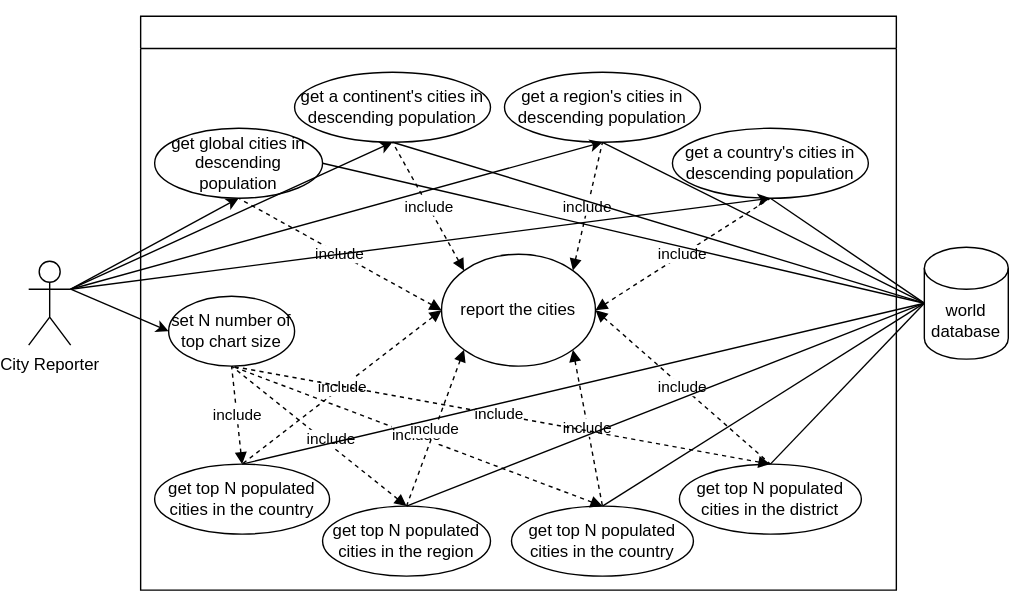
Earlier version of the draw.io export use-cases/CityReporterUseCase.svg (naingkhanthtet/devopteam4). Source tidied: cells renumbered, new cells last; positions are measured from the earlier drawing's top-left corner, leaving out a move shared by most shapes. Source of this version:
```xml
<mxGraphModel>
  <root>
    <mxCell id="0" />
    <mxCell id="1" parent="0" />
    <mxCell id="2" value="City Reporter" style="shape=umlActor;verticalLabelPosition=bottom;verticalAlign=top;html=1;outlineConnect=0;" parent="1" vertex="1">
      <mxGeometry y="175" width="30" height="60" as="geometry" />
    </mxCell>
    <mxCell id="3" value="&lt;h3 style=&quot;color: rgb(255, 255, 255); font-style: normal; font-variant-ligatures: normal; font-variant-caps: normal; font-weight: 400; letter-spacing: normal; orphans: 2; text-align: start; text-indent: 0px; text-transform: none; widows: 2; word-spacing: 0px; -webkit-text-stroke-width: 0px; text-decoration-thickness: initial; text-decoration-style: initial; text-decoration-color: initial; overflow-wrap: break-word;&quot;&gt;&lt;font face=&quot;Helvetica&quot;&gt;City Reporting System&lt;/font&gt;&lt;/h3&gt;" style="swimlane;whiteSpace=wrap;html=1;" parent="1" vertex="1">
      <mxGeometry x="80" width="540" height="410" as="geometry" />
    </mxCell>
    <mxCell id="4" value="get global cities in descending population" style="ellipse;whiteSpace=wrap;html=1;" parent="3" vertex="1">
      <mxGeometry x="10" y="80" width="120" height="50" as="geometry" />
    </mxCell>
    <mxCell id="5" value="get a continent's cities in descending population" style="ellipse;whiteSpace=wrap;html=1;" parent="3" vertex="1">
      <mxGeometry x="110" y="40" width="140" height="50" as="geometry" />
    </mxCell>
    <mxCell id="6" value="get top N populated cities in the country" style="ellipse;whiteSpace=wrap;html=1;" parent="3" vertex="1">
      <mxGeometry x="10" y="320" width="125" height="50" as="geometry" />
    </mxCell>
    <mxCell id="7" value="set N number of top chart size" style="ellipse;whiteSpace=wrap;html=1;" parent="3" vertex="1">
      <mxGeometry x="20" y="200" width="90" height="50" as="geometry" />
    </mxCell>
    <mxCell id="8" value="include" style="endArrow=none;dashed=1;html=1;rounded=0;fontFamily=Helvetica;entryX=0.5;entryY=1;entryDx=0;entryDy=0;endFill=0;startArrow=block;startFill=1;exitX=0.5;exitY=0;exitDx=0;exitDy=0;" parent="3" edge="1" source="6" target="7">
      <mxGeometry relative="1" as="geometry" />
    </mxCell>
    <mxCell id="9" value="get top N populated cities in the country" style="ellipse;whiteSpace=wrap;html=1;" parent="3" vertex="1">
      <mxGeometry x="265" y="350" width="130" height="50" as="geometry" />
    </mxCell>
    <mxCell id="10" style="endArrow=none;dashed=1;html=1;rounded=0;fontFamily=Helvetica;exitX=0.5;exitY=0;exitDx=0;exitDy=0;entryX=0.5;entryY=1;entryDx=0;entryDy=0;endFill=0;startArrow=block;startFill=1;" parent="3" edge="1" source="9" target="7">
      <mxGeometry relative="1" as="geometry" />
    </mxCell>
    <mxCell id="11" value="include" style="edgeLabel;html=1;align=center;verticalAlign=middle;fontFamily=Helvetica;" parent="10" vertex="1">
      <mxGeometry x="0.01" y="-1" relative="1" as="geometry" />
    </mxCell>
    <mxCell id="12" value="get top N populated cities in the region" style="ellipse;whiteSpace=wrap;html=1;" parent="3" vertex="1">
      <mxGeometry x="130" y="350" width="120" height="50" as="geometry" />
    </mxCell>
    <mxCell id="13" style="endArrow=none;dashed=1;html=1;rounded=0;fontFamily=Helvetica;entryX=0.5;entryY=1;entryDx=0;entryDy=0;endFill=0;startArrow=block;startFill=1;exitX=0.5;exitY=0;exitDx=0;exitDy=0;" parent="3" edge="1" source="12" target="7">
      <mxGeometry relative="1" as="geometry" />
    </mxCell>
    <mxCell id="14" value="include" style="edgeLabel;html=1;align=center;verticalAlign=middle;fontFamily=Helvetica;" parent="13" vertex="1">
      <mxGeometry x="-0.09" y="-4" relative="1" as="geometry" />
    </mxCell>
    <mxCell id="15" value="report the cities" style="ellipse;whiteSpace=wrap;html=1;" parent="3" vertex="1">
      <mxGeometry x="215" y="170" width="110" height="80" as="geometry" />
    </mxCell>
    <mxCell id="16" value="include" style="endArrow=none;dashed=1;html=1;rounded=0;fontFamily=Helvetica;entryX=0.5;entryY=1;entryDx=0;entryDy=0;endFill=0;startArrow=block;startFill=1;exitX=0;exitY=0;exitDx=0;exitDy=0;" parent="3" edge="1" source="15" target="5">
      <mxGeometry relative="1" as="geometry" />
    </mxCell>
    <mxCell id="17" value="include" style="endArrow=none;dashed=1;html=1;rounded=0;fontFamily=Helvetica;entryX=0.5;entryY=1;entryDx=0;entryDy=0;endFill=0;startArrow=block;startFill=1;exitX=0;exitY=0.5;exitDx=0;exitDy=0;" parent="3" edge="1" source="15" target="4">
      <mxGeometry relative="1" as="geometry" />
    </mxCell>
    <mxCell id="18" value="include" style="endArrow=none;dashed=1;html=1;rounded=0;fontFamily=Helvetica;entryX=0.5;entryY=0;entryDx=0;entryDy=0;endFill=0;startArrow=block;startFill=1;exitX=0;exitY=1;exitDx=0;exitDy=0;" parent="3" edge="1" source="15" target="12">
      <mxGeometry relative="1" as="geometry" />
    </mxCell>
    <mxCell id="19" value="include" style="endArrow=none;dashed=1;html=1;rounded=0;fontFamily=Helvetica;entryX=0.5;entryY=0;entryDx=0;entryDy=0;endFill=0;startArrow=block;startFill=1;exitX=0;exitY=0.5;exitDx=0;exitDy=0;" parent="3" edge="1" source="15" target="6">
      <mxGeometry relative="1" as="geometry" />
    </mxCell>
    <mxCell id="20" value="include" style="endArrow=none;dashed=1;html=1;rounded=0;fontFamily=Helvetica;entryX=0.5;entryY=0;entryDx=0;entryDy=0;endFill=0;startArrow=block;startFill=1;exitX=1;exitY=1;exitDx=0;exitDy=0;" parent="3" edge="1" source="15" target="9">
      <mxGeometry relative="1" as="geometry" />
    </mxCell>
    <mxCell id="21" value="get a region's cities in descending population" style="ellipse;whiteSpace=wrap;html=1;" parent="3" vertex="1">
      <mxGeometry x="260" y="40" width="140" height="50" as="geometry" />
    </mxCell>
    <mxCell id="22" value="include" style="endArrow=none;dashed=1;html=1;rounded=0;fontFamily=Helvetica;entryX=0.5;entryY=1;entryDx=0;entryDy=0;endFill=0;startArrow=block;startFill=1;exitX=1;exitY=0;exitDx=0;exitDy=0;" parent="3" edge="1" source="15" target="21">
      <mxGeometry relative="1" as="geometry" />
    </mxCell>
    <mxCell id="23" value="get a country's cities in descending population" style="ellipse;whiteSpace=wrap;html=1;" parent="3" vertex="1">
      <mxGeometry x="380" y="80" width="140" height="50" as="geometry" />
    </mxCell>
    <mxCell id="24" value="include" style="endArrow=none;dashed=1;html=1;rounded=0;fontFamily=Helvetica;entryX=0.5;entryY=1;entryDx=0;entryDy=0;endFill=0;startArrow=block;startFill=1;exitX=1;exitY=0.5;exitDx=0;exitDy=0;" parent="3" edge="1" source="15" target="23">
      <mxGeometry relative="1" as="geometry" />
    </mxCell>
    <mxCell id="25" value="get top N populated cities in the district" style="ellipse;whiteSpace=wrap;html=1;" parent="3" vertex="1">
      <mxGeometry x="385" y="320" width="130" height="50" as="geometry" />
    </mxCell>
    <mxCell id="26" style="endArrow=none;dashed=1;html=1;rounded=0;fontFamily=Helvetica;exitX=0.5;exitY=0;exitDx=0;exitDy=0;entryX=0.5;entryY=1;entryDx=0;entryDy=0;endFill=0;startArrow=block;startFill=1;" parent="3" edge="1" source="25" target="7">
      <mxGeometry relative="1" as="geometry" />
    </mxCell>
    <mxCell id="27" value="include" style="edgeLabel;html=1;align=center;verticalAlign=middle;fontFamily=Helvetica;" parent="26" vertex="1">
      <mxGeometry x="0.01" y="-1" relative="1" as="geometry" />
    </mxCell>
    <mxCell id="28" value="include" style="endArrow=none;dashed=1;html=1;rounded=0;fontFamily=Helvetica;entryX=0.5;entryY=0;entryDx=0;entryDy=0;endFill=0;startArrow=block;startFill=1;exitX=1;exitY=0.5;exitDx=0;exitDy=0;" parent="3" edge="1" source="15" target="25">
      <mxGeometry relative="1" as="geometry" />
    </mxCell>
    <mxCell id="29" value="world database" style="shape=cylinder3;whiteSpace=wrap;html=1;boundedLbl=1;backgroundOutline=1;size=15;" parent="1" vertex="1">
      <mxGeometry x="640" y="165" width="60" height="80" as="geometry" />
    </mxCell>
    <mxCell id="30" style="endArrow=classic;html=1;rounded=0;fontFamily=Helvetica;exitX=1;exitY=0.3333333333333333;exitDx=0;exitDy=0;exitPerimeter=0;entryX=0;entryY=0.5;entryDx=0;entryDy=0;" parent="1" edge="1" source="2" target="7">
      <mxGeometry relative="1" as="geometry" />
    </mxCell>
    <mxCell id="31" style="endArrow=classic;html=1;rounded=0;fontFamily=Helvetica;entryX=0.5;entryY=1;entryDx=0;entryDy=0;exitX=1;exitY=0.3333333333333333;exitDx=0;exitDy=0;exitPerimeter=0;" parent="1" edge="1" source="2" target="21">
      <mxGeometry relative="1" as="geometry" />
    </mxCell>
    <mxCell id="32" style="endArrow=classic;html=1;rounded=0;fontFamily=Helvetica;exitX=1;exitY=0.3333333333333333;exitDx=0;exitDy=0;exitPerimeter=0;entryX=0.5;entryY=1;entryDx=0;entryDy=0;" parent="1" edge="1" source="2" target="5">
      <mxGeometry relative="1" as="geometry" />
    </mxCell>
    <mxCell id="33" style="endArrow=classic;html=1;fontFamily=Helvetica;exitX=1;exitY=0.3333333333333333;exitDx=0;exitDy=0;exitPerimeter=0;entryX=0.5;entryY=1;entryDx=0;entryDy=0;curved=1;" parent="1" edge="1" source="2" target="4">
      <mxGeometry relative="1" as="geometry" />
    </mxCell>
    <mxCell id="34" style="endArrow=none;html=1;fontFamily=Helvetica;curved=1;entryX=0;entryY=0.5;entryDx=0;entryDy=0;entryPerimeter=0;exitX=0.5;exitY=0;exitDx=0;exitDy=0;" parent="1" edge="1" source="12" target="29">
      <mxGeometry relative="1" as="geometry" />
    </mxCell>
    <mxCell id="35" style="endArrow=none;html=1;fontFamily=Helvetica;curved=1;entryX=0;entryY=0.5;entryDx=0;entryDy=0;entryPerimeter=0;exitX=0.5;exitY=0;exitDx=0;exitDy=0;" parent="1" edge="1" source="9" target="29">
      <mxGeometry relative="1" as="geometry" />
    </mxCell>
    <mxCell id="36" style="endArrow=none;html=1;fontFamily=Helvetica;curved=1;entryX=0;entryY=0.5;entryDx=0;entryDy=0;entryPerimeter=0;exitX=0.5;exitY=0;exitDx=0;exitDy=0;" parent="1" edge="1" source="6" target="29">
      <mxGeometry relative="1" as="geometry" />
    </mxCell>
    <mxCell id="37" style="endArrow=none;html=1;fontFamily=Helvetica;curved=1;entryX=0;entryY=0.5;entryDx=0;entryDy=0;entryPerimeter=0;exitX=0.5;exitY=1;exitDx=0;exitDy=0;" parent="1" edge="1" source="5" target="29">
      <mxGeometry relative="1" as="geometry" />
    </mxCell>
    <mxCell id="38" style="endArrow=none;html=1;fontFamily=Helvetica;curved=1;entryX=0;entryY=0.5;entryDx=0;entryDy=0;entryPerimeter=0;exitX=0.5;exitY=1;exitDx=0;exitDy=0;startArrow=none;" parent="1" edge="1" source="21" target="29">
      <mxGeometry relative="1" as="geometry" />
    </mxCell>
    <mxCell id="39" style="endArrow=none;html=1;fontFamily=Helvetica;curved=1;entryX=0;entryY=0.5;entryDx=0;entryDy=0;entryPerimeter=0;exitX=1;exitY=0.5;exitDx=0;exitDy=0;" parent="1" edge="1" source="4" target="29">
      <mxGeometry relative="1" as="geometry" />
    </mxCell>
    <mxCell id="40" style="endArrow=classic;html=1;rounded=0;fontFamily=Helvetica;entryX=0.5;entryY=1;entryDx=0;entryDy=0;exitX=1;exitY=0.3333333333333333;exitDx=0;exitDy=0;exitPerimeter=0;" parent="1" edge="1" source="2" target="23">
      <mxGeometry relative="1" as="geometry" />
    </mxCell>
    <mxCell id="41" style="endArrow=none;html=1;fontFamily=Helvetica;curved=1;entryX=0;entryY=0.5;entryDx=0;entryDy=0;entryPerimeter=0;exitX=0.5;exitY=1;exitDx=0;exitDy=0;startArrow=none;" parent="1" edge="1" source="23" target="29">
      <mxGeometry relative="1" as="geometry" />
    </mxCell>
    <mxCell id="42" style="endArrow=none;html=1;fontFamily=Helvetica;curved=1;entryX=0;entryY=0.5;entryDx=0;entryDy=0;entryPerimeter=0;exitX=0.5;exitY=0;exitDx=0;exitDy=0;" parent="1" edge="1" source="25" target="29">
      <mxGeometry relative="1" as="geometry" />
    </mxCell>
  </root>
</mxGraphModel>
```
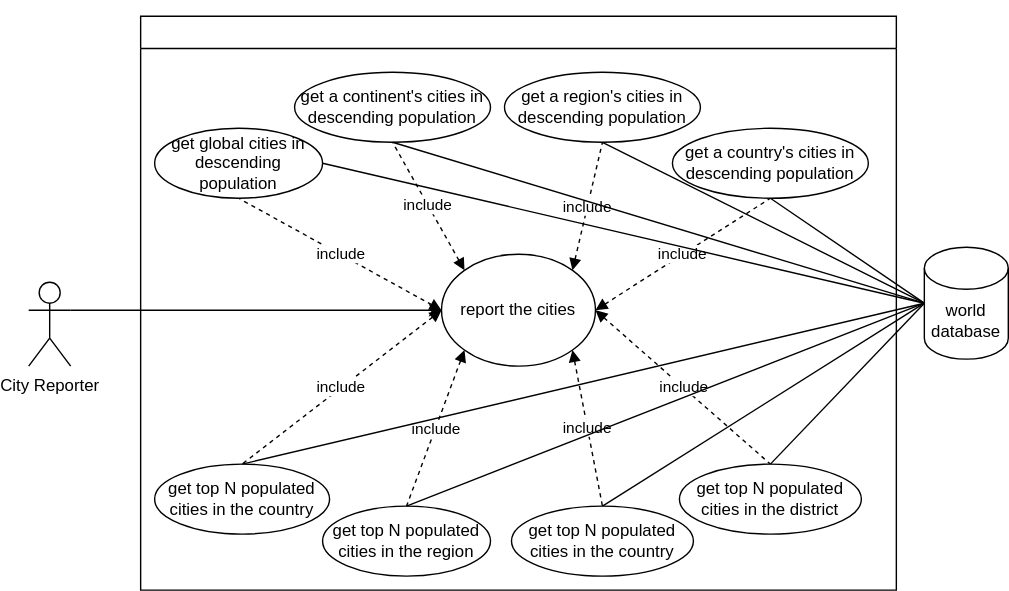
The same diagram one commit later.

Commit message:
new use case diagrams

Diff of the diagram source:
```diff
@@ -3,7 +3,7 @@
     <mxCell id="0" />
     <mxCell id="1" parent="0" />
     <mxCell id="2" value="City Reporter" style="shape=umlActor;verticalLabelPosition=bottom;verticalAlign=top;html=1;outlineConnect=0;" parent="1" vertex="1">
-      <mxGeometry y="175" width="30" height="60" as="geometry" />
+      <mxGeometry y="190" width="30" height="60" as="geometry" />
     </mxCell>
     <mxCell id="3" value="&lt;h3 style=&quot;color: rgb(255, 255, 255); font-style: normal; font-variant-ligatures: normal; font-variant-caps: normal; font-weight: 400; letter-spacing: normal; orphans: 2; text-align: start; text-indent: 0px; text-transform: none; widows: 2; word-spacing: 0px; -webkit-text-stroke-width: 0px; text-decoration-thickness: initial; text-decoration-style: initial; text-decoration-color: initial; overflow-wrap: break-word;&quot;&gt;&lt;font face=&quot;Helvetica&quot;&gt;City Reporting System&lt;/font&gt;&lt;/h3&gt;" style="swimlane;whiteSpace=wrap;html=1;" parent="1" vertex="1">
       <mxGeometry x="80" width="540" height="410" as="geometry" />
@@ -17,30 +17,12 @@
     <mxCell id="6" value="get top N populated cities in the country" style="ellipse;whiteSpace=wrap;html=1;" parent="3" vertex="1">
       <mxGeometry x="10" y="320" width="125" height="50" as="geometry" />
     </mxCell>
-    <mxCell id="7" value="set N number of top chart size" style="ellipse;whiteSpace=wrap;html=1;" parent="3" vertex="1">
-      <mxGeometry x="20" y="200" width="90" height="50" as="geometry" />
-    </mxCell>
-    <mxCell id="8" value="include" style="endArrow=none;dashed=1;html=1;rounded=0;fontFamily=Helvetica;entryX=0.5;entryY=1;entryDx=0;entryDy=0;endFill=0;startArrow=block;startFill=1;exitX=0.5;exitY=0;exitDx=0;exitDy=0;" parent="3" edge="1" source="6" target="7">
-      <mxGeometry relative="1" as="geometry" />
-    </mxCell>
     <mxCell id="9" value="get top N populated cities in the country" style="ellipse;whiteSpace=wrap;html=1;" parent="3" vertex="1">
       <mxGeometry x="265" y="350" width="130" height="50" as="geometry" />
     </mxCell>
-    <mxCell id="10" style="endArrow=none;dashed=1;html=1;rounded=0;fontFamily=Helvetica;exitX=0.5;exitY=0;exitDx=0;exitDy=0;entryX=0.5;entryY=1;entryDx=0;entryDy=0;endFill=0;startArrow=block;startFill=1;" parent="3" edge="1" source="9" target="7">
-      <mxGeometry relative="1" as="geometry" />
-    </mxCell>
-    <mxCell id="11" value="include" style="edgeLabel;html=1;align=center;verticalAlign=middle;fontFamily=Helvetica;" parent="10" vertex="1">
-      <mxGeometry x="0.01" y="-1" relative="1" as="geometry" />
-    </mxCell>
     <mxCell id="12" value="get top N populated cities in the region" style="ellipse;whiteSpace=wrap;html=1;" parent="3" vertex="1">
       <mxGeometry x="130" y="350" width="120" height="50" as="geometry" />
     </mxCell>
-    <mxCell id="13" style="endArrow=none;dashed=1;html=1;rounded=0;fontFamily=Helvetica;entryX=0.5;entryY=1;entryDx=0;entryDy=0;endFill=0;startArrow=block;startFill=1;exitX=0.5;exitY=0;exitDx=0;exitDy=0;" parent="3" edge="1" source="12" target="7">
-      <mxGeometry relative="1" as="geometry" />
-    </mxCell>
-    <mxCell id="14" value="include" style="edgeLabel;html=1;align=center;verticalAlign=middle;fontFamily=Helvetica;" parent="13" vertex="1">
-      <mxGeometry x="-0.09" y="-4" relative="1" as="geometry" />
-    </mxCell>
     <mxCell id="15" value="report the cities" style="ellipse;whiteSpace=wrap;html=1;" parent="3" vertex="1">
       <mxGeometry x="215" y="170" width="110" height="80" as="geometry" />
     </mxCell>
@@ -74,30 +56,15 @@
     <mxCell id="25" value="get top N populated cities in the district" style="ellipse;whiteSpace=wrap;html=1;" parent="3" vertex="1">
       <mxGeometry x="385" y="320" width="130" height="50" as="geometry" />
     </mxCell>
-    <mxCell id="26" style="endArrow=none;dashed=1;html=1;rounded=0;fontFamily=Helvetica;exitX=0.5;exitY=0;exitDx=0;exitDy=0;entryX=0.5;entryY=1;entryDx=0;entryDy=0;endFill=0;startArrow=block;startFill=1;" parent="3" edge="1" source="25" target="7">
-      <mxGeometry relative="1" as="geometry" />
-    </mxCell>
-    <mxCell id="27" value="include" style="edgeLabel;html=1;align=center;verticalAlign=middle;fontFamily=Helvetica;" parent="26" vertex="1">
-      <mxGeometry x="0.01" y="-1" relative="1" as="geometry" />
-    </mxCell>
     <mxCell id="28" value="include" style="endArrow=none;dashed=1;html=1;rounded=0;fontFamily=Helvetica;entryX=0.5;entryY=0;entryDx=0;entryDy=0;endFill=0;startArrow=block;startFill=1;exitX=1;exitY=0.5;exitDx=0;exitDy=0;" parent="3" edge="1" source="15" target="25">
       <mxGeometry relative="1" as="geometry" />
     </mxCell>
     <mxCell id="29" value="world database" style="shape=cylinder3;whiteSpace=wrap;html=1;boundedLbl=1;backgroundOutline=1;size=15;" parent="1" vertex="1">
       <mxGeometry x="640" y="165" width="60" height="80" as="geometry" />
     </mxCell>
-    <mxCell id="30" style="endArrow=classic;html=1;rounded=0;fontFamily=Helvetica;exitX=1;exitY=0.3333333333333333;exitDx=0;exitDy=0;exitPerimeter=0;entryX=0;entryY=0.5;entryDx=0;entryDy=0;" parent="1" edge="1" source="2" target="7">
+    <mxCell id="30" style="endArrow=classic;html=1;rounded=0;fontFamily=Helvetica;exitX=1;exitY=0.3333333333333333;exitDx=0;exitDy=0;exitPerimeter=0;entryX=0;entryY=0.5;entryDx=0;entryDy=0;" parent="1" edge="1" source="2" target="15">
       <mxGeometry relative="1" as="geometry" />
     </mxCell>
-    <mxCell id="31" style="endArrow=classic;html=1;rounded=0;fontFamily=Helvetica;entryX=0.5;entryY=1;entryDx=0;entryDy=0;exitX=1;exitY=0.3333333333333333;exitDx=0;exitDy=0;exitPerimeter=0;" parent="1" edge="1" source="2" target="21">
-      <mxGeometry relative="1" as="geometry" />
-    </mxCell>
-    <mxCell id="32" style="endArrow=classic;html=1;rounded=0;fontFamily=Helvetica;exitX=1;exitY=0.3333333333333333;exitDx=0;exitDy=0;exitPerimeter=0;entryX=0.5;entryY=1;entryDx=0;entryDy=0;" parent="1" edge="1" source="2" target="5">
-      <mxGeometry relative="1" as="geometry" />
-    </mxCell>
-    <mxCell id="33" style="endArrow=classic;html=1;fontFamily=Helvetica;exitX=1;exitY=0.3333333333333333;exitDx=0;exitDy=0;exitPerimeter=0;entryX=0.5;entryY=1;entryDx=0;entryDy=0;curved=1;" parent="1" edge="1" source="2" target="4">
-      <mxGeometry relative="1" as="geometry" />
-    </mxCell>
     <mxCell id="34" style="endArrow=none;html=1;fontFamily=Helvetica;curved=1;entryX=0;entryY=0.5;entryDx=0;entryDy=0;entryPerimeter=0;exitX=0.5;exitY=0;exitDx=0;exitDy=0;" parent="1" edge="1" source="12" target="29">
       <mxGeometry relative="1" as="geometry" />
     </mxCell>
@@ -116,9 +83,6 @@
     <mxCell id="39" style="endArrow=none;html=1;fontFamily=Helvetica;curved=1;entryX=0;entryY=0.5;entryDx=0;entryDy=0;entryPerimeter=0;exitX=1;exitY=0.5;exitDx=0;exitDy=0;" parent="1" edge="1" source="4" target="29">
       <mxGeometry relative="1" as="geometry" />
     </mxCell>
-    <mxCell id="40" style="endArrow=classic;html=1;rounded=0;fontFamily=Helvetica;entryX=0.5;entryY=1;entryDx=0;entryDy=0;exitX=1;exitY=0.3333333333333333;exitDx=0;exitDy=0;exitPerimeter=0;" parent="1" edge="1" source="2" target="23">
-      <mxGeometry relative="1" as="geometry" />
-    </mxCell>
     <mxCell id="41" style="endArrow=none;html=1;fontFamily=Helvetica;curved=1;entryX=0;entryY=0.5;entryDx=0;entryDy=0;entryPerimeter=0;exitX=0.5;exitY=1;exitDx=0;exitDy=0;startArrow=none;" parent="1" edge="1" source="23" target="29">
       <mxGeometry relative="1" as="geometry" />
     </mxCell>
```
